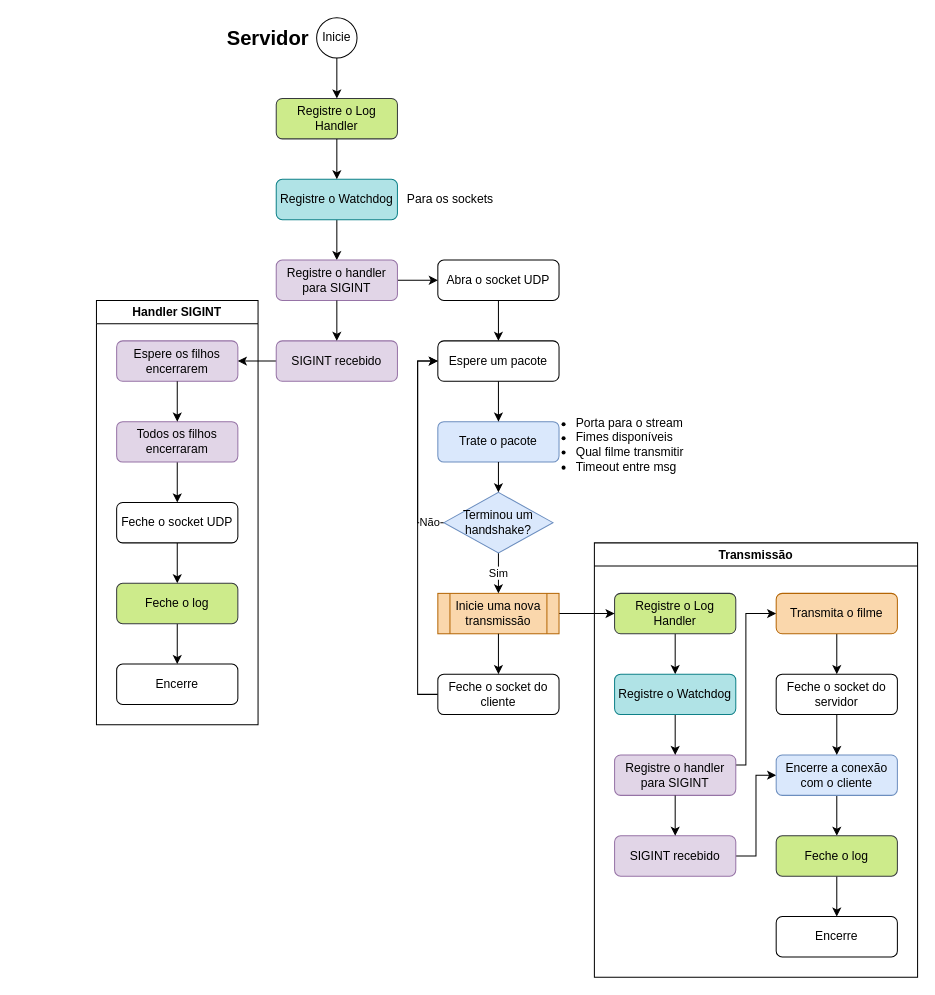
Before: page "Servidor" (1 of 6) of SRT.drawio in nico-ig/UDP-Video-Streaming, a draw.io diagram. Source tidied: cells renumbered, new cells numbered last; positions are measured from the earlier drawing's top-left corner, leaving out a move shared by most shapes. Both pictures are drawn from the tidied source at 101%, with x=0, y=0 at pixel (96, 17).
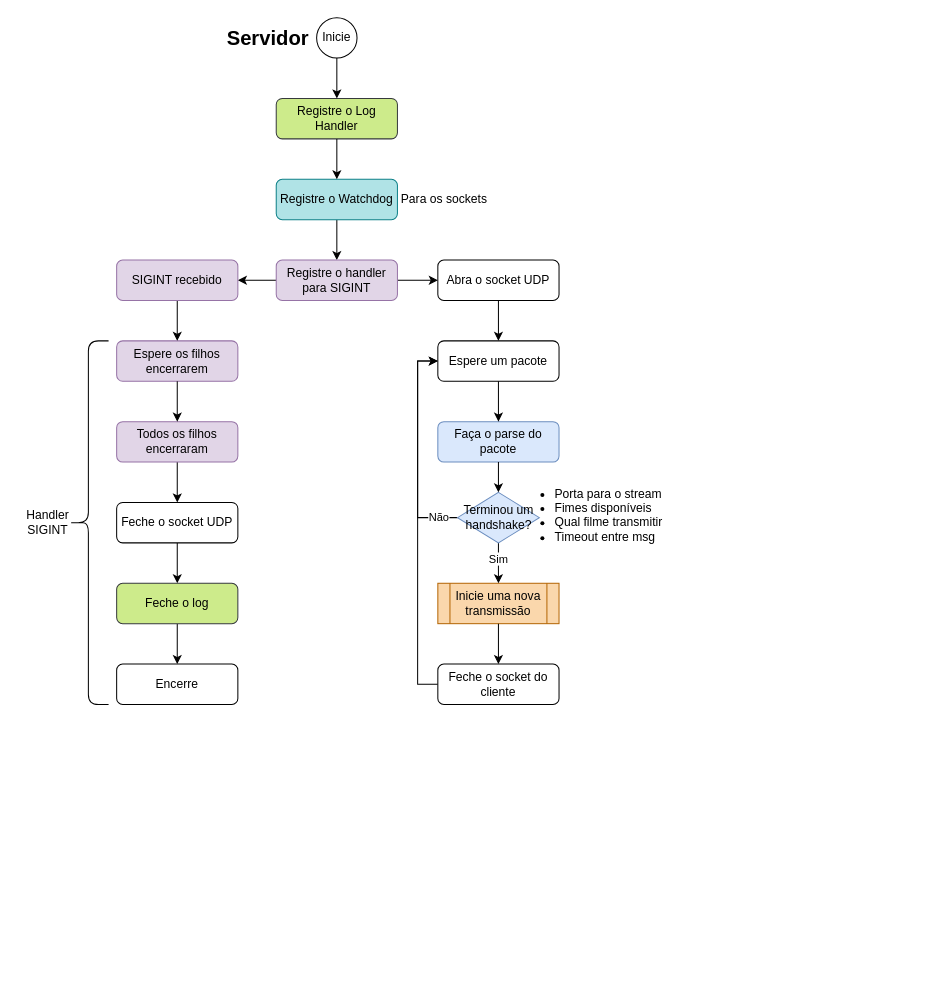
After the change.

Unchanged cells that the change refers to:
```xml
<mxCell id="30" value="Espere um pacote" style="rounded=1;whiteSpace=wrap;html=1;" parent="1" vertex="1">
  <mxGeometry x="338" y="320" width="120" height="40" as="geometry" />
</mxCell>
<mxCell id="35" value="Registre o handler para SIGINT" style="rounded=1;whiteSpace=wrap;html=1;fillColor=#e1d5e7;strokeColor=#9673a6;" parent="1" vertex="1">
  <mxGeometry x="178" y="240" width="120" height="40" as="geometry" />
</mxCell>
```

Change to the diagram source:
```diff
@@
     <mxCell id="9" value="Para os sockets" style="text;html=1;strokeColor=none;fillColor=none;align=center;verticalAlign=middle;whiteSpace=wrap;rounded=0;" parent="1" vertex="1">
-      <mxGeometry x="298" y="165" width="105" height="30" as="geometry" />
+      <mxGeometry x="292" y="165" width="105" height="30" as="geometry" />
     </mxCell>
-    <mxCell id="10" value="Transmissão" style="swimlane;whiteSpace=wrap;html=1;" parent="1" vertex="1">
-      <mxGeometry x="493" y="520" width="320" height="430" as="geometry" />
-    </mxCell>
-    <mxCell id="11" style="edgeStyle=orthogonalEdgeStyle;rounded=0;jettySize=auto;html=1;exitX=0.5;exitY=1;exitDx=0;exitDy=0;entryX=0.5;entryY=0;entryDx=0;entryDy=0;" parent="10" edge="1" source="12" target="26">
-      <mxGeometry relative="1" as="geometry" />
-    </mxCell>
-    <mxCell id="12" value="Transmita o filme" style="rounded=1;whiteSpace=wrap;html=1;fillColor=#fad7ac;strokeColor=#b46504;" parent="10" vertex="1">
-      <mxGeometry x="180" y="50" width="120" height="40" as="geometry" />
-    </mxCell>
-    <mxCell id="13" style="edgeStyle=orthogonalEdgeStyle;rounded=0;jettySize=auto;html=1;exitX=1;exitY=0.25;exitDx=0;exitDy=0;entryX=0;entryY=0.5;entryDx=0;entryDy=0;" parent="10" edge="1" source="14" target="12">
-      <mxGeometry relative="1" as="geometry">
-        <Array as="points">
-          <mxPoint x="150" y="220" />
-          <mxPoint x="150" y="70" />
-        </Array>
-      </mxGeometry>
-    </mxCell>
-    <mxCell id="14" value="Registre o handler para SIGINT" style="rounded=1;whiteSpace=wrap;html=1;fillColor=#e1d5e7;strokeColor=#9673a6;" parent="10" vertex="1">
-      <mxGeometry x="20" y="210" width="120" height="40" as="geometry" />
-    </mxCell>
-    <mxCell id="15" style="edgeStyle=orthogonalEdgeStyle;rounded=0;jettySize=auto;html=1;exitX=1;exitY=0.5;exitDx=0;exitDy=0;entryX=0;entryY=0.5;entryDx=0;entryDy=0;" parent="10" edge="1" source="16" target="21">
-      <mxGeometry relative="1" as="geometry" />
-    </mxCell>
-    <mxCell id="16" value="SIGINT recebido" style="rounded=1;whiteSpace=wrap;html=1;fillColor=#e1d5e7;strokeColor=#9673a6;" parent="10" vertex="1">
-      <mxGeometry x="20" y="290" width="120" height="40" as="geometry" />
-    </mxCell>
-    <mxCell id="17" style="edgeStyle=orthogonalEdgeStyle;rounded=0;jettySize=auto;html=1;exitX=0.5;exitY=1;exitDx=0;exitDy=0;entryX=0.5;entryY=0;entryDx=0;entryDy=0;" parent="10" edge="1" source="14" target="16">
-      <mxGeometry relative="1" as="geometry" />
-    </mxCell>
-    <mxCell id="18" style="edgeStyle=orthogonalEdgeStyle;rounded=0;jettySize=auto;html=1;" parent="10" edge="1" source="19" target="24">
-      <mxGeometry relative="1" as="geometry" />
-    </mxCell>
-    <mxCell id="19" value="Registre o Log Handler" style="rounded=1;whiteSpace=wrap;html=1;fillColor=#cdeb8b;strokeColor=#36393d;" parent="10" vertex="1">
-      <mxGeometry x="20" y="50" width="120" height="40" as="geometry" />
-    </mxCell>
-    <mxCell id="20" style="edgeStyle=orthogonalEdgeStyle;rounded=0;jettySize=auto;html=1;" parent="10" edge="1" source="21" target="28">
-      <mxGeometry relative="1" as="geometry" />
-    </mxCell>
-    <mxCell id="21" value="Encerre a conexão com o cliente" style="rounded=1;whiteSpace=wrap;html=1;fillColor=#dae8fc;strokeColor=#6c8ebf;" parent="10" vertex="1">
-      <mxGeometry x="180" y="210" width="120" height="40" as="geometry" />
-    </mxCell>
-    <mxCell id="22" value="Encerre" style="rounded=1;whiteSpace=wrap;html=1;" parent="10" vertex="1">
-      <mxGeometry x="180" y="370" width="120" height="40" as="geometry" />
-    </mxCell>
-    <mxCell id="23" style="edgeStyle=orthogonalEdgeStyle;rounded=0;jettySize=auto;html=1;exitX=0.5;exitY=1;exitDx=0;exitDy=0;entryX=0.5;entryY=0;entryDx=0;entryDy=0;" parent="10" edge="1" source="24" target="14">
-      <mxGeometry relative="1" as="geometry" />
-    </mxCell>
-    <mxCell id="24" value="Registre o Watchdog" style="rounded=1;whiteSpace=wrap;html=1;fillColor=#b0e3e6;strokeColor=#0e8088;" parent="10" vertex="1">
-      <mxGeometry x="20" y="130" width="120" height="40" as="geometry" />
-    </mxCell>
-    <mxCell id="25" style="edgeStyle=orthogonalEdgeStyle;rounded=0;jettySize=auto;html=1;exitX=0.5;exitY=1;exitDx=0;exitDy=0;entryX=0.5;entryY=0;entryDx=0;entryDy=0;" parent="10" edge="1" source="26" target="21">
-      <mxGeometry relative="1" as="geometry" />
-    </mxCell>
-    <mxCell id="26" value="Feche o socket do servidor" style="rounded=1;whiteSpace=wrap;html=1;" parent="10" vertex="1">
-      <mxGeometry x="180" y="130" width="120" height="40" as="geometry" />
-    </mxCell>
-    <mxCell id="27" style="edgeStyle=orthogonalEdgeStyle;rounded=0;jettySize=auto;html=1;" parent="10" edge="1" source="28" target="22">
-      <mxGeometry relative="1" as="geometry" />
-    </mxCell>
-    <mxCell id="28" value="Feche o log" style="rounded=1;whiteSpace=wrap;html=1;fillColor=#cdeb8b;strokeColor=#36393d;" parent="10" vertex="1">
-      <mxGeometry x="180" y="290" width="120" height="40" as="geometry" />
-    </mxCell>
@@
-    <mxCell id="32" value="Trate o pacote" style="rounded=1;whiteSpace=wrap;html=1;fillColor=#dae8fc;strokeColor=#6c8ebf;" parent="1" vertex="1">
+    <mxCell id="32" value="Faça o parse do pacote" style="rounded=1;whiteSpace=wrap;html=1;fillColor=#dae8fc;strokeColor=#6c8ebf;" parent="1" vertex="1">
       <mxGeometry x="338" y="400" width="120" height="40" as="geometry" />
     </mxCell>
@@
+    <mxCell id="59" style="edgeStyle=orthogonalEdgeStyle;rounded=0;jettySize=auto;html=1;exitX=0;exitY=0.5;exitDx=0;exitDy=0;entryX=1;entryY=0.5;entryDx=0;entryDy=0;" parent="1" edge="1" source="35" target="65">
+      <mxGeometry relative="1" as="geometry" />
+    </mxCell>
@@
-    <mxCell id="36" style="edgeStyle=orthogonalEdgeStyle;rounded=0;jettySize=auto;html=1;exitX=1;exitY=0.5;exitDx=0;exitDy=0;" parent="1" edge="1" source="37" target="19">
-      <mxGeometry relative="1" as="geometry" />
-    </mxCell>
     <mxCell id="37" value="Inicie uma nova transmissão" style="shape=process;whiteSpace=wrap;html=1;backgroundOutline=1;fillColor=#fad7ac;strokeColor=#b46504;" parent="1" vertex="1">
-      <mxGeometry x="338" y="570" width="120" height="40" as="geometry" />
+      <mxGeometry x="338" y="560" width="120" height="40" as="geometry" />
     </mxCell>
-    <mxCell id="38" value="Handler SIGINT" style="swimlane;whiteSpace=wrap;html=1;startSize=23;" parent="1" vertex="1">
-      <mxGeometry y="280" width="160" height="420" as="geometry" />
-    </mxCell>
-    <mxCell id="39" value="Encerre" style="rounded=1;whiteSpace=wrap;html=1;" parent="38" vertex="1">
-      <mxGeometry x="20" y="360" width="120" height="40" as="geometry" />
-    </mxCell>
-    <mxCell id="40" style="edgeStyle=orthogonalEdgeStyle;rounded=0;jettySize=auto;html=1;" parent="38" edge="1" source="41" target="47">
-      <mxGeometry relative="1" as="geometry" />
-    </mxCell>
-    <mxCell id="41" value="Feche o socket UDP" style="rounded=1;whiteSpace=wrap;html=1;" parent="38" vertex="1">
-      <mxGeometry x="20" y="200" width="120" height="40" as="geometry" />
-    </mxCell>
-    <mxCell id="42" value="Espere os filhos encerrarem" style="rounded=1;whiteSpace=wrap;html=1;fillColor=#e1d5e7;strokeColor=#9673a6;" parent="38" vertex="1">
-      <mxGeometry x="20" y="40" width="120" height="40" as="geometry" />
-    </mxCell>
-    <mxCell id="43" style="edgeStyle=orthogonalEdgeStyle;rounded=0;jettySize=auto;html=1;" parent="38" edge="1" source="44" target="41">
-      <mxGeometry relative="1" as="geometry" />
-    </mxCell>
-    <mxCell id="44" value="Todos os filhos encerraram" style="rounded=1;whiteSpace=wrap;html=1;fillColor=#e1d5e7;strokeColor=#9673a6;" parent="38" vertex="1">
-      <mxGeometry x="20" y="120" width="120" height="40" as="geometry" />
-    </mxCell>
-    <mxCell id="45" style="edgeStyle=orthogonalEdgeStyle;rounded=0;jettySize=auto;html=1;" parent="38" edge="1" source="42" target="44">
-      <mxGeometry relative="1" as="geometry" />
-    </mxCell>
-    <mxCell id="46" style="edgeStyle=orthogonalEdgeStyle;rounded=0;jettySize=auto;html=1;" parent="38" edge="1" source="47" target="39">
-      <mxGeometry relative="1" as="geometry" />
-    </mxCell>
-    <mxCell id="47" value="Feche o log" style="rounded=1;whiteSpace=wrap;html=1;fillColor=#cdeb8b;strokeColor=#36393d;" parent="38" vertex="1">
-      <mxGeometry x="20" y="280" width="120" height="40" as="geometry" />
-    </mxCell>
-    <mxCell id="48" style="edgeStyle=orthogonalEdgeStyle;rounded=0;jettySize=auto;html=1;" parent="1" edge="1" source="49" target="42">
-      <mxGeometry relative="1" as="geometry" />
-    </mxCell>
-    <mxCell id="49" value="SIGINT recebido" style="rounded=1;whiteSpace=wrap;html=1;fillColor=#e1d5e7;strokeColor=#9673a6;" parent="1" vertex="1">
-      <mxGeometry x="178" y="320" width="120" height="40" as="geometry" />
-    </mxCell>
-    <mxCell id="50" style="edgeStyle=orthogonalEdgeStyle;rounded=0;jettySize=auto;html=1;" parent="1" edge="1" source="35" target="49">
-      <mxGeometry relative="1" as="geometry" />
-    </mxCell>
     <mxCell id="51" value="&lt;ul&gt;&lt;li&gt;Porta para o stream&lt;/li&gt;&lt;li&gt;Fimes disponíveis&lt;/li&gt;&lt;li&gt;Qual filme transmitir&lt;/li&gt;&lt;li&gt;Timeout entre msg&lt;br&gt;&lt;/li&gt;&lt;/ul&gt;" style="text;html=1;whiteSpace=wrap;verticalAlign=middle;overflow=hidden;" parent="1" vertex="1">
-      <mxGeometry x="433" y="380" width="160" height="80" as="geometry" />
+      <mxGeometry x="412" y="450" width="160" height="80" as="geometry" />
     </mxCell>
@@
     <mxCell id="53" value="Feche o socket do cliente" style="rounded=1;whiteSpace=wrap;html=1;" parent="1" vertex="1">
-      <mxGeometry x="338" y="650" width="120" height="40" as="geometry" />
+      <mxGeometry x="338" y="640" width="120" height="40" as="geometry" />
     </mxCell>
@@
     <mxCell id="55" value="Sim" style="edgeStyle=orthogonalEdgeStyle;rounded=0;jettySize=auto;html=1;exitX=0.5;exitY=1;exitDx=0;exitDy=0;entryX=0.5;entryY=0;entryDx=0;entryDy=0;" parent="1" edge="1" source="57" target="37">
-      <mxGeometry relative="1" as="geometry" />
+      <mxGeometry x="-0.2" relative="1" as="geometry" />
     </mxCell>
     <mxCell id="56" value="Não" style="edgeStyle=orthogonalEdgeStyle;rounded=0;jettySize=auto;html=1;exitX=0;exitY=0.5;exitDx=0;exitDy=0;entryX=0;entryY=0.5;entryDx=0;entryDy=0;" parent="1" edge="1" source="57" target="30">
-      <mxGeometry x="-0.86" relative="1" as="geometry" />
+      <mxGeometry x="-0.82" relative="1" as="geometry" />
     </mxCell>
     <mxCell id="57" value="Terminou um handshake?" style="rhombus;whiteSpace=wrap;html=1;fillColor=#dae8fc;strokeColor=#6c8ebf;" parent="1" vertex="1">
-      <mxGeometry x="344" y="470" width="108" height="60" as="geometry" />
+      <mxGeometry x="357.5" y="470" width="81" height="50" as="geometry" />
     </mxCell>
@@
+    <mxCell id="60" value="Encerre" style="rounded=1;whiteSpace=wrap;html=1;" parent="1" vertex="1">
+      <mxGeometry x="20" y="640" width="120" height="40" as="geometry" />
+    </mxCell>
+    <mxCell id="61" style="edgeStyle=orthogonalEdgeStyle;rounded=0;jettySize=auto;html=1;" parent="1" edge="1" source="41" target="63">
+      <mxGeometry relative="1" as="geometry" />
+    </mxCell>
+    <mxCell id="41" value="Feche o socket UDP" style="rounded=1;whiteSpace=wrap;html=1;" parent="1" vertex="1">
+      <mxGeometry x="20" y="480" width="120" height="40" as="geometry" />
+    </mxCell>
+    <mxCell id="42" value="Espere os filhos encerrarem" style="rounded=1;whiteSpace=wrap;html=1;fillColor=#e1d5e7;strokeColor=#9673a6;" parent="1" vertex="1">
+      <mxGeometry x="20" y="320" width="120" height="40" as="geometry" />
+    </mxCell>
+    <mxCell id="43" style="edgeStyle=orthogonalEdgeStyle;rounded=0;jettySize=auto;html=1;" parent="1" edge="1" source="44" target="41">
+      <mxGeometry relative="1" as="geometry" />
+    </mxCell>
+    <mxCell id="44" value="Todos os filhos encerraram" style="rounded=1;whiteSpace=wrap;html=1;fillColor=#e1d5e7;strokeColor=#9673a6;" parent="1" vertex="1">
+      <mxGeometry x="20" y="400" width="120" height="40" as="geometry" />
+    </mxCell>
+    <mxCell id="45" style="edgeStyle=orthogonalEdgeStyle;rounded=0;jettySize=auto;html=1;" parent="1" edge="1" source="42" target="44">
+      <mxGeometry relative="1" as="geometry" />
+    </mxCell>
+    <mxCell id="62" style="edgeStyle=orthogonalEdgeStyle;rounded=0;jettySize=auto;html=1;" parent="1" edge="1" source="63" target="60">
+      <mxGeometry relative="1" as="geometry" />
+    </mxCell>
+    <mxCell id="63" value="Feche o log" style="rounded=1;whiteSpace=wrap;html=1;fillColor=#cdeb8b;strokeColor=#36393d;" parent="1" vertex="1">
+      <mxGeometry x="20" y="560" width="120" height="40" as="geometry" />
+    </mxCell>
+    <mxCell id="64" style="edgeStyle=orthogonalEdgeStyle;rounded=0;jettySize=auto;html=1;exitX=0.5;exitY=1;exitDx=0;exitDy=0;entryX=0.5;entryY=0;entryDx=0;entryDy=0;" parent="1" edge="1" source="65" target="42">
+      <mxGeometry relative="1" as="geometry" />
+    </mxCell>
+    <mxCell id="65" value="SIGINT recebido" style="rounded=1;whiteSpace=wrap;html=1;fillColor=#e1d5e7;strokeColor=#9673a6;" parent="1" vertex="1">
+      <mxGeometry x="20" y="240" width="120" height="40" as="geometry" />
+    </mxCell>
+    <mxCell id="66" style="shape=curlyBracket;whiteSpace=wrap;html=1;rounded=1;labelPosition=left;verticalLabelPosition=middle;align=right;verticalAlign=middle;size=0.5;" parent="1" vertex="1">
+      <mxGeometry x="-28" y="320" width="40" height="360" as="geometry" />
+    </mxCell>
+    <mxCell id="38" value="Handler SIGINT" style="text;html=1;strokeColor=none;fillColor=none;align=center;verticalAlign=middle;whiteSpace=wrap;rounded=0;" parent="1" vertex="1">
+      <mxGeometry x="-78" y="485" width="60" height="30" as="geometry" />
+    </mxCell>
```
